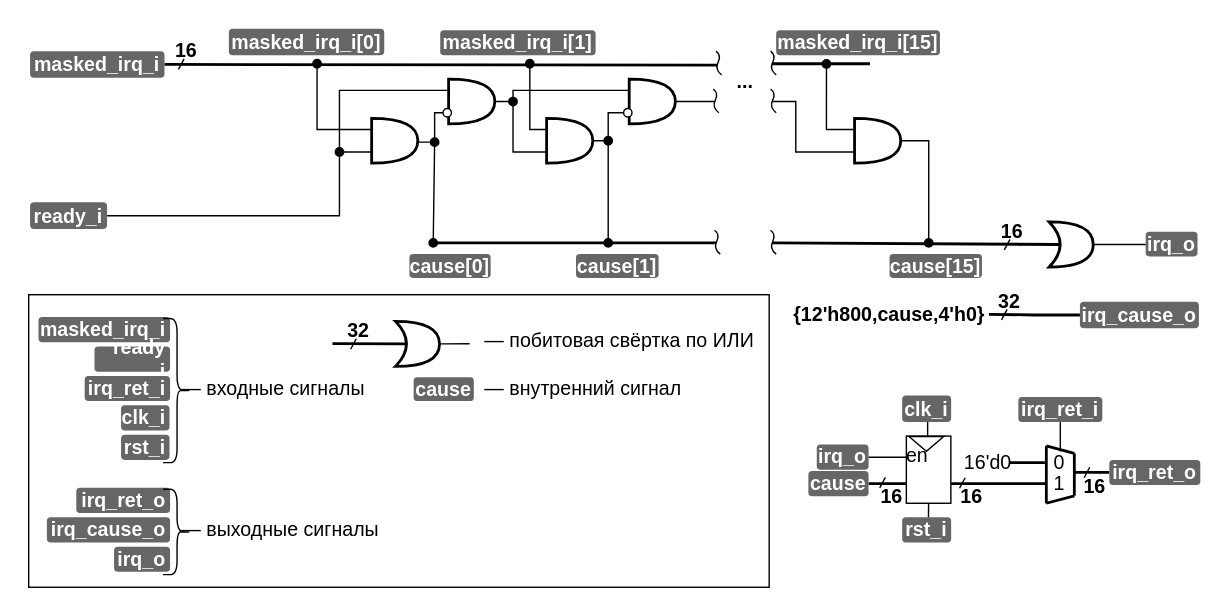
MPSU/APS keeps this draw.io diagram as .pic/Labs/lab_12_daisy_chain/fig_02.drawio.svg. Above is the earlier version. Source tidied: cells renumbered, new cells last; positions are measured from the earlier drawing's top-left corner, leaving out a move shared by most shapes.
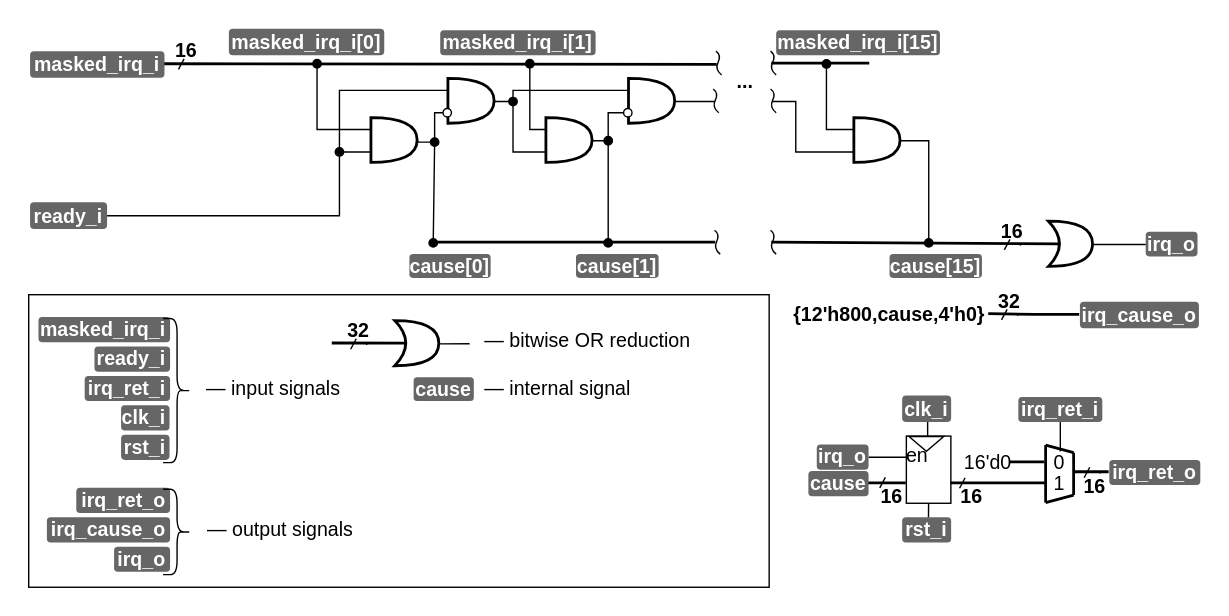
After the change.

What changed in the source:
```diff
@@ -293,7 +293,7 @@
         <mxPoint x="315" y="225" as="targetPoint" />
       </mxGeometry>
     </mxCell>
-    <mxCell id="56" value="— побитовая свёртка по ИЛИ" style="text;html=1;strokeColor=none;fillColor=none;align=left;verticalAlign=middle;whiteSpace=wrap;rounded=0;fontSize=14;" parent="1" vertex="1">
+    <mxCell id="56" value="—&amp;nbsp;bitwise OR reduction" style="text;html=1;strokeColor=none;fillColor=none;align=left;verticalAlign=middle;whiteSpace=wrap;rounded=0;fontSize=14;" parent="1" vertex="1">
       <mxGeometry x="324" y="208" width="211" height="30" as="geometry" />
     </mxCell>
     <mxCell id="57" value="masked_irq_i" style="text;html=1;strokeColor=none;fillColor=#666666;align=right;verticalAlign=middle;whiteSpace=wrap;rounded=1;fontStyle=1;fontColor=#FFFFFF;fontSize=14;spacingRight=1;" parent="1" vertex="1">
@@ -317,7 +317,7 @@
     <mxCell id="63" style="shape=curlyBracket;whiteSpace=wrap;html=1;rounded=1;flipH=1;labelPosition=right;verticalLabelPosition=middle;align=left;verticalAlign=middle;spacingRight=1;strokeOpacity=100;fillOpacity=100;fontSize=14;" parent="1" vertex="1">
       <mxGeometry x="96" y="207" width="20" height="103" as="geometry" />
     </mxCell>
-    <mxCell id="64" value="— входные сигналы" style="text;html=1;strokeColor=none;fillColor=none;align=center;verticalAlign=middle;whiteSpace=wrap;rounded=0;fontSize=14;" parent="1" vertex="1">
+    <mxCell id="64" value="— input signals" style="text;html=1;strokeColor=none;fillColor=none;align=center;verticalAlign=middle;whiteSpace=wrap;rounded=0;fontSize=14;" parent="1" vertex="1">
       <mxGeometry x="80" y="242" width="190" height="30" as="geometry" />
     </mxCell>
     <mxCell id="65" value="irq_ret_o" style="text;html=1;strokeColor=none;fillColor=#666666;align=right;verticalAlign=middle;whiteSpace=wrap;rounded=1;fontStyle=1;fontColor=#FFFFFF;fontSize=14;spacingRight=1;" parent="1" vertex="1">
@@ -332,7 +332,7 @@
     <mxCell id="68" style="shape=curlyBracket;whiteSpace=wrap;html=1;rounded=1;flipH=1;labelPosition=right;verticalLabelPosition=middle;align=left;verticalAlign=middle;spacingRight=1;strokeOpacity=100;fillOpacity=100;fontSize=14;" parent="1" vertex="1">
       <mxGeometry x="96" y="329" width="20" height="61" as="geometry" />
     </mxCell>
-    <mxCell id="69" value="— выходные сигналы" style="text;html=1;strokeColor=none;fillColor=none;align=center;verticalAlign=middle;whiteSpace=wrap;rounded=0;fontSize=14;" parent="1" vertex="1">
+    <mxCell id="69" value="— output signals" style="text;html=1;strokeColor=none;fillColor=none;align=center;verticalAlign=middle;whiteSpace=wrap;rounded=0;fontSize=14;" parent="1" vertex="1">
       <mxGeometry x="85" y="343" width="190" height="30" as="geometry" />
     </mxCell>
     <mxCell id="70" style="edgeStyle=orthogonalEdgeStyle;rounded=0;jettySize=auto;html=1;exitX=1;exitY=0.5;exitDx=0;exitDy=0;entryX=0;entryY=0.75;entryDx=0;entryDy=0;entryPerimeter=0;endArrow=none;endFill=0;fontSize=14;" parent="1" edge="1" source="3" target="6">
@@ -513,7 +513,7 @@
     <mxCell id="109" value="cause" style="text;html=1;strokeColor=none;fillColor=#666666;align=center;verticalAlign=middle;whiteSpace=wrap;rounded=1;fontStyle=1;fontColor=#FFFFFF;fontSize=14;" parent="1" vertex="1">
       <mxGeometry x="275" y="249" width="43" height="17" as="geometry" />
     </mxCell>
-    <mxCell id="110" value="— внутренний сигнал" style="text;html=1;strokeColor=none;fillColor=none;align=left;verticalAlign=middle;whiteSpace=wrap;rounded=0;fontSize=14;" parent="1" vertex="1">
+    <mxCell id="110" value="— internal signal" style="text;html=1;strokeColor=none;fillColor=none;align=left;verticalAlign=middle;whiteSpace=wrap;rounded=0;fontSize=14;" parent="1" vertex="1">
       <mxGeometry x="324" y="242" width="190" height="30" as="geometry" />
     </mxCell>
     <mxCell id="111" value="&lt;font style=&quot;font-size: 14px;&quot;&gt;irq_o&lt;/font&gt;" style="text;html=1;strokeColor=none;fillColor=#666666;align=center;verticalAlign=middle;whiteSpace=wrap;rounded=1;fontSize=14;fontColor=#FFFFFF;comic=0;jiggle=0.5;strokeOpacity=100;fillOpacity=100;fontStyle=1;" parent="1" vertex="1">
```
